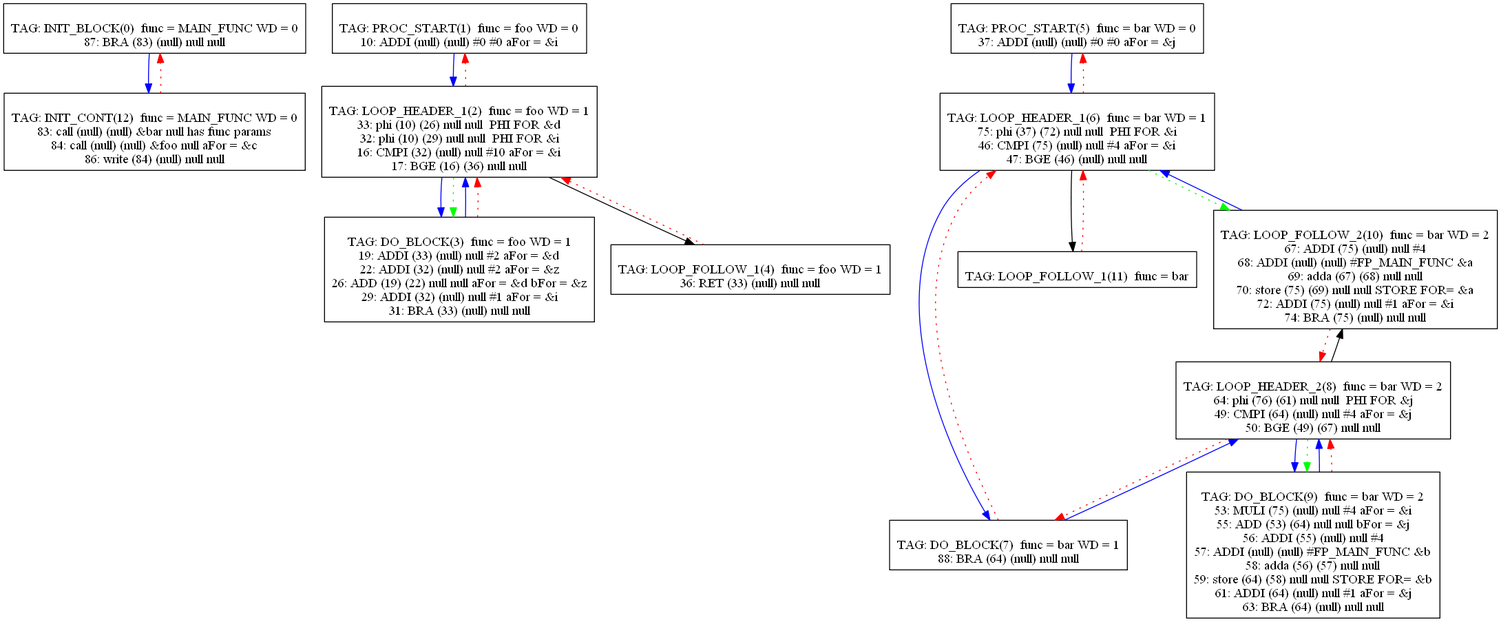
Above: Compiler/2graph.png in mbajaj92/Project-Astoria (Graphviz), before the change. Its source is kept beside it as Compiler/2graph.dot. Source of this version:
```dot
digraph {
0[label="
TAG: INIT_BLOCK(0)  func = MAIN_FUNC WD = 0
87: BRA (83) (null) null null
"];
0[shape=box];
0 -> 12[color=blue]
1[label="
TAG: PROC_START(1)  func = foo WD = 0
10: ADDI (null) (null) #0 #0 aFor = &i
"];
1[shape=box];
1 -> 2[color=blue]
2[label="
TAG: LOOP_HEADER_1(2)  func = foo WD = 1
33: phi (10) (26) null null  PHI FOR &d
32: phi (10) (29) null null  PHI FOR &i
16: CMPI (32) (null) null #10 aFor = &i
17: BGE (16) (36) null null
"];
2[shape=box];
2 -> 3[color=blue]
2 -> 4[color=black]
2 -> 1[color=red][style=dotted]
2 -> 3[color=green][style=dotted]
3[label="
TAG: DO_BLOCK(3)  func = foo WD = 1
19: ADDI (33) (null) null #2 aFor = &d
22: ADDI (32) (null) null #2 aFor = &z
26: ADD (19) (22) null null aFor = &d bFor = &z
29: ADDI (32) (null) null #1 aFor = &i
31: BRA (33) (null) null null
"];
3[shape=box];
3 -> 2[color=blue]
3 -> 2[color=red][style=dotted]
4[label="
TAG: LOOP_FOLLOW_1(4)  func = foo WD = 1
36: RET (33) (null) null null
"];
4[shape=box];
4 -> 2[color=red][style=dotted]
5[label="
TAG: PROC_START(5)  func = bar WD = 0
37: ADDI (null) (null) #0 #0 aFor = &j
"];
5[shape=box];
5 -> 6[color=blue]
6[label="
TAG: LOOP_HEADER_1(6)  func = bar WD = 1
75: phi (37) (72) null null  PHI FOR &i
46: CMPI (75) (null) null #4 aFor = &i
47: BGE (46) (null) null null
"];
6[shape=box];
6 -> 7[color=blue]
6 -> 11[color=black]
6 -> 5[color=red][style=dotted]
6 -> 10[color=green][style=dotted]
7[label="
TAG: DO_BLOCK(7)  func = bar WD = 1
88: BRA (64) (null) null null
"];
7[shape=box];
7 -> 8[color=blue]
7 -> 6[color=red][style=dotted]
8[label="
TAG: LOOP_HEADER_2(8)  func = bar WD = 2
64: phi (76) (61) null null  PHI FOR &j
49: CMPI (64) (null) null #4 aFor = &j
50: BGE (49) (67) null null
"];
8[shape=box];
8 -> 9[color=blue]
8 -> 10[color=black]
8 -> 7[color=red][style=dotted]
8 -> 9[color=green][style=dotted]
9[label="
TAG: DO_BLOCK(9)  func = bar WD = 2
53: MULI (75) (null) null #4 aFor = &i
55: ADD (53) (64) null null bFor = &j
56: ADDI (55) (null) null #4
57: ADDI (null) (null) #FP_MAIN_FUNC &b
58: adda (56) (57) null null
59: store (64) (58) null null STORE FOR= &b
61: ADDI (64) (null) null #1 aFor = &j
63: BRA (64) (null) null null
"];
9[shape=box];
9 -> 8[color=blue]
9 -> 8[color=red][style=dotted]
10[label="
TAG: LOOP_FOLLOW_2(10)  func = bar WD = 2
67: ADDI (75) (null) null #4
68: ADDI (null) (null) #FP_MAIN_FUNC &a
69: adda (67) (68) null null
70: store (75) (69) null null STORE FOR= &a
72: ADDI (75) (null) null #1 aFor = &i
74: BRA (75) (null) null null
"];
10[shape=box];
10 -> 6[color=blue]
10 -> 8[color=red][style=dotted]
11[label="
TAG: LOOP_FOLLOW_1(11)  func = bar
"];
11[shape=box];
11 -> 6[color=red][style=dotted]
12[label="
TAG: INIT_CONT(12)  func = MAIN_FUNC WD = 0
83: call (null) (null) &bar null has func params
84: call (null) (null) &foo null aFor = &c
86: write (84) (null) null null
"];
12[shape=box];
12 -> 0[color=red][style=dotted]
}
```
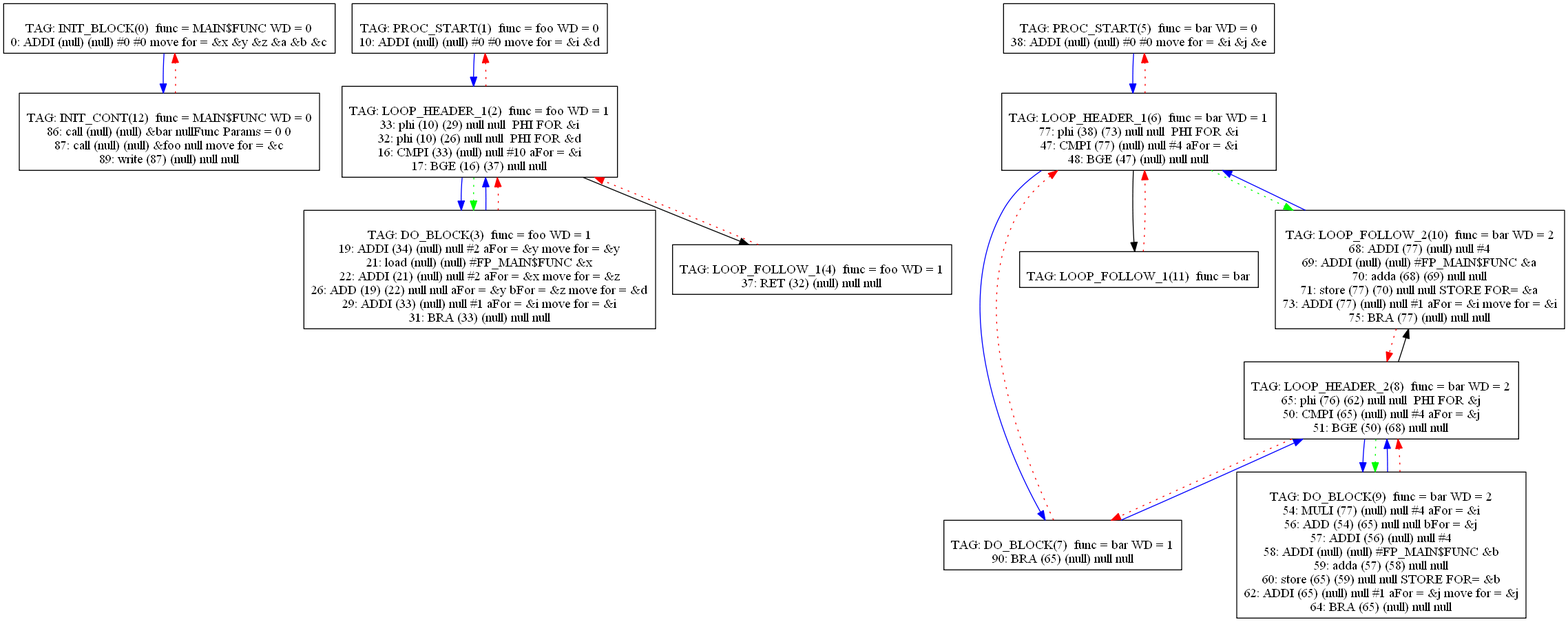
The same diagram one commit later.

Change to the diagram source:
```diff
@@ -1,22 +1,22 @@
 digraph {
 0[label="
-TAG: INIT_BLOCK(0)  func = MAIN_FUNC WD = 0
-87: BRA (83) (null) null null
+TAG: INIT_BLOCK(0)  func = MAIN$FUNC WD = 0
+0: ADDI (null) (null) #0 #0 move for = &x &y &z &a &b &c
 "];
 0[shape=box];
 0 -> 12[color=blue]
 1[label="
 TAG: PROC_START(1)  func = foo WD = 0
-10: ADDI (null) (null) #0 #0 aFor = &i
+10: ADDI (null) (null) #0 #0 move for = &i &d
 "];
 1[shape=box];
 1 -> 2[color=blue]
 2[label="
 TAG: LOOP_HEADER_1(2)  func = foo WD = 1
-33: phi (10) (26) null null  PHI FOR &d
-32: phi (10) (29) null null  PHI FOR &i
-16: CMPI (32) (null) null #10 aFor = &i
-17: BGE (16) (36) null null
+33: phi (10) (29) null null  PHI FOR &i
+32: phi (10) (26) null null  PHI FOR &d
+16: CMPI (33) (null) null #10 aFor = &i
+17: BGE (16) (37) null null
 "];
 2[shape=box];
 2 -> 3[color=blue]
@@ -25,10 +25,11 @@
 2 -> 3[color=green][style=dotted]
 3[label="
 TAG: DO_BLOCK(3)  func = foo WD = 1
-19: ADDI (33) (null) null #2 aFor = &d
-22: ADDI (32) (null) null #2 aFor = &z
-26: ADD (19) (22) null null aFor = &d bFor = &z
-29: ADDI (32) (null) null #1 aFor = &i
+19: ADDI (34) (null) null #2 aFor = &y move for = &y
+21: load (null) (null) #FP_MAIN$FUNC &x
+22: ADDI (21) (null) null #2 aFor = &x move for = &z
+26: ADD (19) (22) null null aFor = &y bFor = &z move for = &d
+29: ADDI (33) (null) null #1 aFor = &i move for = &i
 31: BRA (33) (null) null null
 "];
 3[shape=box];
@@ -36,21 +37,21 @@
 3 -> 2[color=red][style=dotted]
 4[label="
 TAG: LOOP_FOLLOW_1(4)  func = foo WD = 1
-36: RET (33) (null) null null
+37: RET (32) (null) null null
 "];
 4[shape=box];
 4 -> 2[color=red][style=dotted]
 5[label="
 TAG: PROC_START(5)  func = bar WD = 0
-37: ADDI (null) (null) #0 #0 aFor = &j
+38: ADDI (null) (null) #0 #0 move for = &i &j &e
 "];
 5[shape=box];
 5 -> 6[color=blue]
 6[label="
 TAG: LOOP_HEADER_1(6)  func = bar WD = 1
-75: phi (37) (72) null null  PHI FOR &i
-46: CMPI (75) (null) null #4 aFor = &i
-47: BGE (46) (null) null null
+77: phi (38) (73) null null  PHI FOR &i
+47: CMPI (77) (null) null #4 aFor = &i
+48: BGE (47) (null) null null
 "];
 6[shape=box];
 6 -> 7[color=blue]
@@ -59,16 +60,16 @@
 6 -> 10[color=green][style=dotted]
 7[label="
 TAG: DO_BLOCK(7)  func = bar WD = 1
-88: BRA (64) (null) null null
+90: BRA (65) (null) null null
 "];
 7[shape=box];
 7 -> 8[color=blue]
 7 -> 6[color=red][style=dotted]
 8[label="
 TAG: LOOP_HEADER_2(8)  func = bar WD = 2
-64: phi (76) (61) null null  PHI FOR &j
-49: CMPI (64) (null) null #4 aFor = &j
-50: BGE (49) (67) null null
+65: phi (76) (62) null null  PHI FOR &j
+50: CMPI (65) (null) null #4 aFor = &j
+51: BGE (50) (68) null null
 "];
 8[shape=box];
 8 -> 9[color=blue]
@@ -77,26 +78,26 @@
 8 -> 9[color=green][style=dotted]
 9[label="
 TAG: DO_BLOCK(9)  func = bar WD = 2
-53: MULI (75) (null) null #4 aFor = &i
-55: ADD (53) (64) null null bFor = &j
-56: ADDI (55) (null) null #4
-57: ADDI (null) (null) #FP_MAIN_FUNC &b
-58: adda (56) (57) null null
-59: store (64) (58) null null STORE FOR= &b
-61: ADDI (64) (null) null #1 aFor = &j
-63: BRA (64) (null) null null
+54: MULI (77) (null) null #4 aFor = &i
+56: ADD (54) (65) null null bFor = &j
+57: ADDI (56) (null) null #4
+58: ADDI (null) (null) #FP_MAIN$FUNC &b
+59: adda (57) (58) null null
+60: store (65) (59) null null STORE FOR= &b
+62: ADDI (65) (null) null #1 aFor = &j move for = &j
+64: BRA (65) (null) null null
 "];
 9[shape=box];
 9 -> 8[color=blue]
 9 -> 8[color=red][style=dotted]
 10[label="
 TAG: LOOP_FOLLOW_2(10)  func = bar WD = 2
-67: ADDI (75) (null) null #4
-68: ADDI (null) (null) #FP_MAIN_FUNC &a
-69: adda (67) (68) null null
-70: store (75) (69) null null STORE FOR= &a
-72: ADDI (75) (null) null #1 aFor = &i
-74: BRA (75) (null) null null
+68: ADDI (77) (null) null #4
+69: ADDI (null) (null) #FP_MAIN$FUNC &a
+70: adda (68) (69) null null
+71: store (77) (70) null null STORE FOR= &a
+73: ADDI (77) (null) null #1 aFor = &i move for = &i
+75: BRA (77) (null) null null
 "];
 10[shape=box];
 10 -> 6[color=blue]
@@ -107,10 +108,10 @@
 11[shape=box];
 11 -> 6[color=red][style=dotted]
 12[label="
-TAG: INIT_CONT(12)  func = MAIN_FUNC WD = 0
-83: call (null) (null) &bar null has func params
-84: call (null) (null) &foo null aFor = &c
-86: write (84) (null) null null
+TAG: INIT_CONT(12)  func = MAIN$FUNC WD = 0
+86: call (null) (null) &bar nullFunc Params = 0 0
+87: call (null) (null) &foo null move for = &c
+89: write (87) (null) null null
 "];
 12[shape=box];
 12 -> 0[color=red][style=dotted]
```
